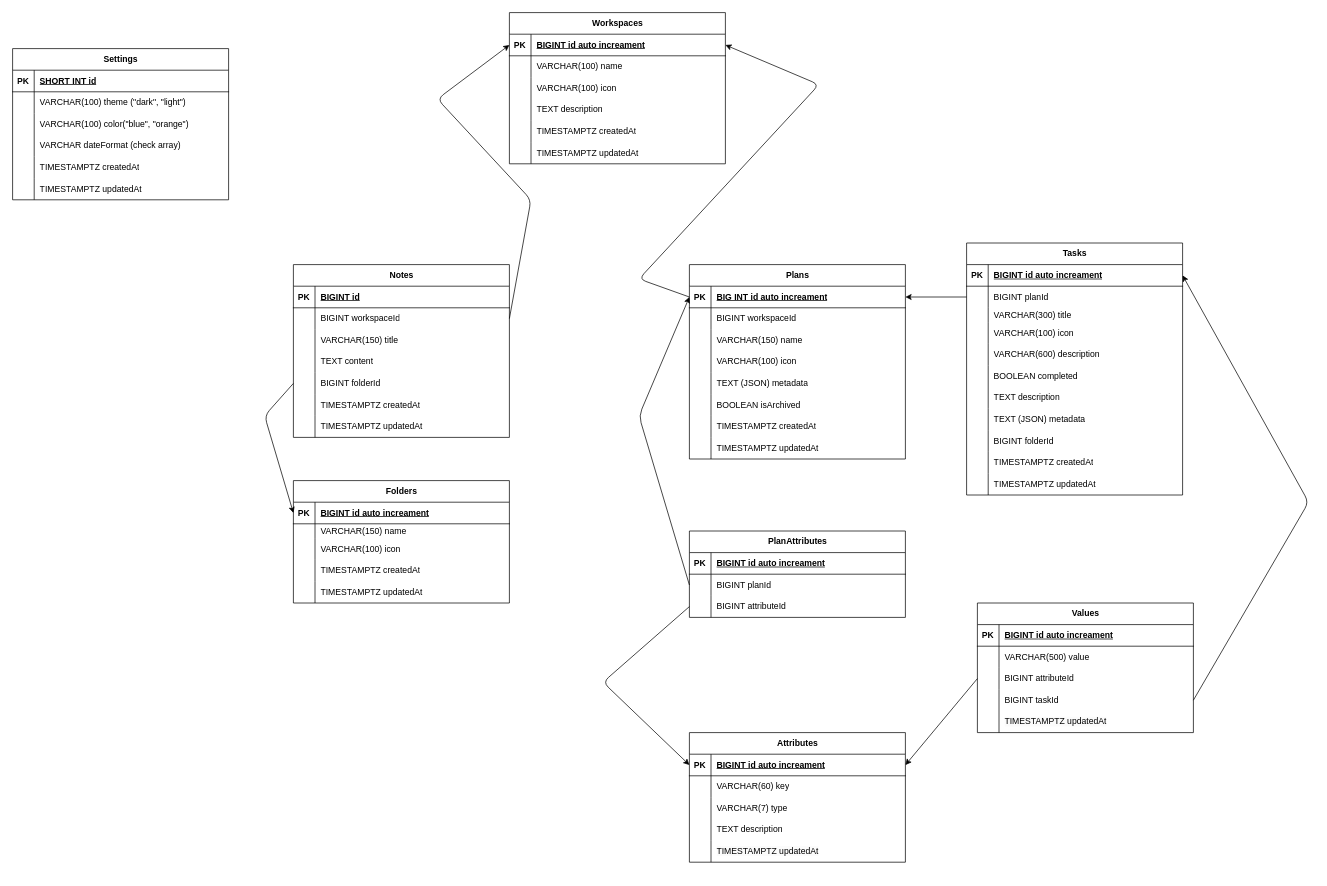
osama78assi/tornado-planner keeps this draw.io diagram as ERD.drawio. Above is the earlier version. Source tidied: cells renumbered, new cells numbered last; positions are measured from the earlier drawing's top-left corner, leaving out a move shared by most shapes. Both pictures are drawn from the tidied source at 72%, with x=0, y=0 at pixel (12, 12).
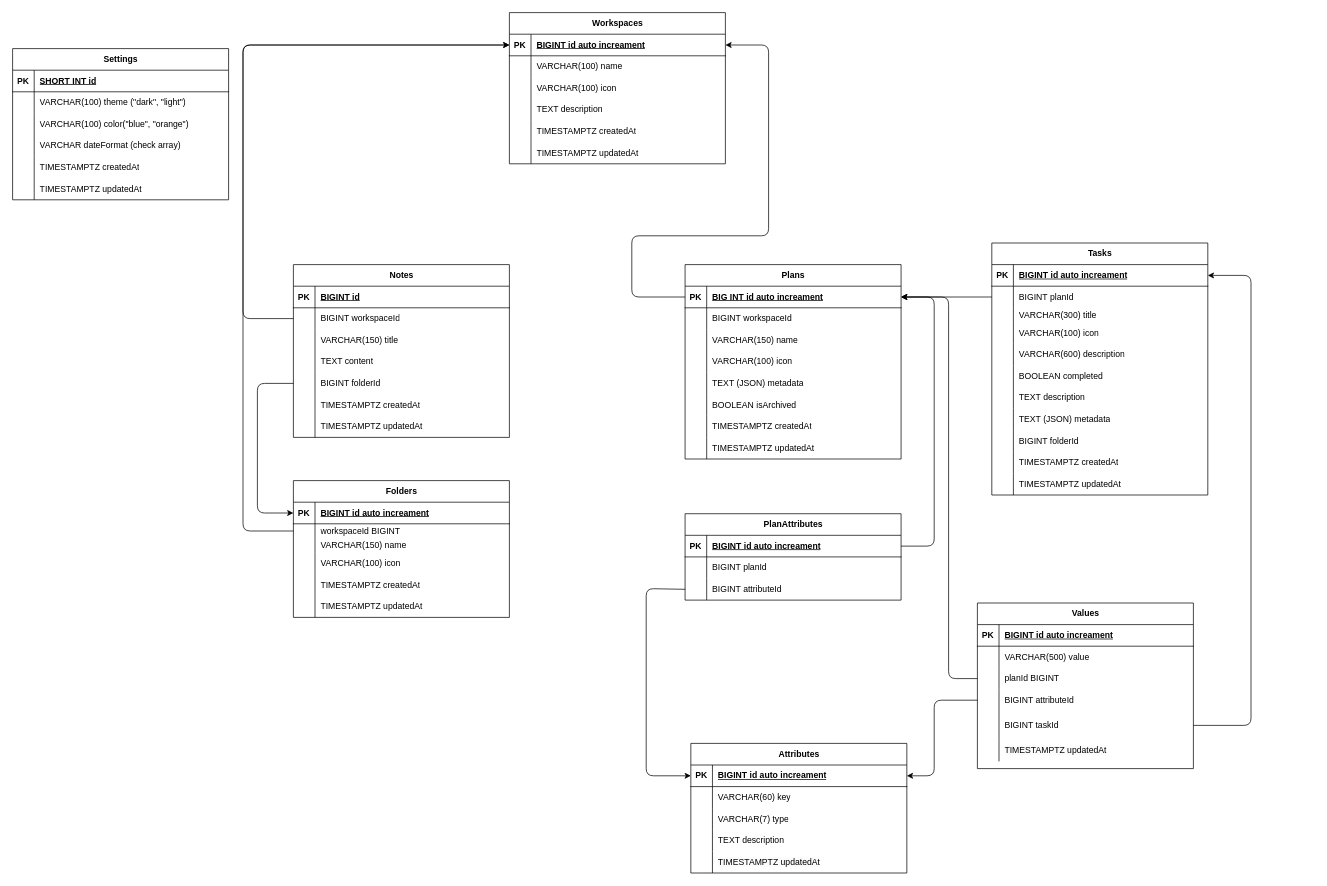
The same page after the edit.

Unchanged cells that the change refers to:
```xml
<mxCell id="3" style="shape=tableRow;horizontal=0;startSize=0;swimlaneHead=0;swimlaneBody=0;fillColor=none;points=[[0,0.5],[1,0.5]];portConstraint=eastwest;top=0;left=0;right=0;bottom=1;" parent="2" vertex="1">
  <mxGeometry y="30" width="300" height="30" as="geometry" />
</mxCell>
<mxCell id="28" style="shape=tableRow;horizontal=0;startSize=0;swimlaneHead=0;swimlaneBody=0;fillColor=none;points=[[0,0.5],[1,0.5]];portConstraint=eastwest;top=0;left=0;right=0;bottom=1;" parent="27" vertex="1">
  <mxGeometry y="30" width="300" height="30" as="geometry" />
</mxCell>
<mxCell id="62" style="shape=tableRow;horizontal=0;startSize=0;swimlaneHead=0;swimlaneBody=0;fillColor=none;points=[[0,0.5],[1,0.5]];portConstraint=eastwest;top=0;left=0;right=0;bottom=1;" parent="61" vertex="1">
  <mxGeometry y="30" width="300" height="30" as="geometry" />
</mxCell>
<mxCell id="84" style="shape=tableRow;horizontal=0;startSize=0;swimlaneHead=0;swimlaneBody=0;fillColor=none;points=[[0,0.5],[1,0.5]];portConstraint=eastwest;top=0;left=0;right=0;bottom=0;" parent="80" vertex="1">
  <mxGeometry y="60" width="300" height="30" as="geometry" />
</mxCell>
<mxCell id="93" style="shape=tableRow;horizontal=0;startSize=0;swimlaneHead=0;swimlaneBody=0;fillColor=none;points=[[0,0.5],[1,0.5]];portConstraint=eastwest;top=0;left=0;right=0;bottom=0;" parent="80" vertex="1">
  <mxGeometry y="150" width="300" height="30" as="geometry" />
</mxCell>
<mxCell id="124" style="shape=tableRow;horizontal=0;startSize=0;swimlaneHead=0;swimlaneBody=0;fillColor=none;points=[[0,0.5],[1,0.5]];portConstraint=eastwest;top=0;left=0;right=0;bottom=1;" parent="123" vertex="1">
  <mxGeometry y="30" width="300" height="30" as="geometry" />
</mxCell>
<mxCell id="140" style="shape=tableRow;horizontal=0;startSize=0;swimlaneHead=0;swimlaneBody=0;fillColor=none;points=[[0,0.5],[1,0.5]];portConstraint=eastwest;top=0;left=0;right=0;bottom=1;" parent="139" vertex="1">
  <mxGeometry y="30" width="300" height="30" as="geometry" />
</mxCell>
<mxCell id="175" style="shape=tableRow;horizontal=0;startSize=0;swimlaneHead=0;swimlaneBody=0;fillColor=none;points=[[0,0.5],[1,0.5]];portConstraint=eastwest;top=0;left=0;right=0;bottom=1;" parent="174" vertex="1">
  <mxGeometry y="30" width="300" height="30" as="geometry" />
</mxCell>
<mxCell id="178" style="shape=tableRow;horizontal=0;startSize=0;swimlaneHead=0;swimlaneBody=0;fillColor=none;points=[[0,0.5],[1,0.5]];portConstraint=eastwest;top=0;left=0;right=0;bottom=0;" parent="174" vertex="1">
  <mxGeometry y="60" width="300" height="30" as="geometry" />
</mxCell>
<mxCell id="181" style="shape=tableRow;horizontal=0;startSize=0;swimlaneHead=0;swimlaneBody=0;fillColor=none;points=[[0,0.5],[1,0.5]];portConstraint=eastwest;top=0;left=0;right=0;bottom=0;" parent="174" vertex="1">
  <mxGeometry y="90" width="300" height="30" as="geometry" />
</mxCell>
```

What changed in the source:
```diff
@@
     <mxCell id="2" value="Plans" style="shape=table;startSize=30;childLayout=tableLayout;rowLines=0;fontStyle=1;align=center;html=1;" parent="1" vertex="1">
-      <mxGeometry x="940" y="350" width="300" height="270" as="geometry" />
+      <mxGeometry x="934" y="350" width="300" height="270" as="geometry" />
     </mxCell>
@@
     <mxCell id="27" value="Tasks" style="shape=table;startSize=30;childLayout=tableLayout;rowLines=0;fontStyle=1;align=center;html=1;" parent="1" vertex="1">
-      <mxGeometry x="1325" y="320" width="300" height="350" as="geometry" />
+      <mxGeometry x="1360" y="320" width="300" height="350" as="geometry" />
     </mxCell>
@@
     <mxCell id="123" value="Folders" style="shape=table;startSize=30;childLayout=tableLayout;rowLines=0;fontStyle=1;align=center;html=1;" parent="1" vertex="1">
-      <mxGeometry x="390" y="650" width="300" height="170" as="geometry" />
+      <mxGeometry x="390" y="650" width="300" height="190" as="geometry" />
     </mxCell>
@@
+    <mxCell id="188" style="shape=tableRow;horizontal=0;startSize=0;swimlaneHead=0;swimlaneBody=0;fillColor=none;points=[[0,0.5],[1,0.5]];portConstraint=eastwest;top=0;left=0;right=0;bottom=0;" parent="123" vertex="1">
+      <mxGeometry y="60" width="300" height="20" as="geometry" />
+    </mxCell>
+    <mxCell id="189" style="shape=partialRectangle;fillColor=none;top=0;left=0;bottom=0;right=0;overflow=hidden;whiteSpace=wrap;html=1;" parent="188" vertex="1">
+      <mxGeometry width="30" height="20" as="geometry" />
+    </mxCell>
+    <mxCell id="190" value="workspaceId BIGINT" style="shape=partialRectangle;fillColor=none;top=0;left=0;bottom=0;right=0;align=left;spacingLeft=6;overflow=hidden;whiteSpace=wrap;html=1;" parent="188" vertex="1">
+      <mxGeometry x="30" width="270" height="20" as="geometry" />
+    </mxCell>
     <mxCell id="127" style="shape=tableRow;horizontal=0;startSize=0;swimlaneHead=0;swimlaneBody=0;fillColor=none;top=0;left=0;right=0;bottom=0;" parent="123" vertex="1">
-      <mxGeometry y="60" width="300" height="20" as="geometry" />
+      <mxGeometry y="80" width="300" height="20" as="geometry" />
     </mxCell>
@@
     <mxCell id="130" style="shape=tableRow;horizontal=0;startSize=0;swimlaneHead=0;swimlaneBody=0;fillColor=none;top=0;left=0;right=0;bottom=0;" parent="123" vertex="1">
-      <mxGeometry y="80" width="300" height="30" as="geometry" />
+      <mxGeometry y="100" width="300" height="30" as="geometry" />
     </mxCell>
@@
     <mxCell id="133" style="shape=tableRow;horizontal=0;startSize=0;swimlaneHead=0;swimlaneBody=0;fillColor=none;top=0;left=0;right=0;bottom=0;" parent="123" vertex="1">
-      <mxGeometry y="110" width="300" height="30" as="geometry" />
+      <mxGeometry y="130" width="300" height="30" as="geometry" />
     </mxCell>
@@
     <mxCell id="136" style="shape=tableRow;horizontal=0;startSize=0;swimlaneHead=0;swimlaneBody=0;fillColor=none;top=0;left=0;right=0;bottom=0;" parent="123" vertex="1">
-      <mxGeometry y="140" width="300" height="30" as="geometry" />
+      <mxGeometry y="160" width="300" height="30" as="geometry" />
     </mxCell>
@@
     <mxCell id="139" value="Attributes" style="shape=table;startSize=30;childLayout=tableLayout;rowLines=0;fontStyle=1;align=center;html=1;" parent="1" vertex="1">
-      <mxGeometry x="940" y="1000" width="300" height="180" as="geometry" />
+      <mxGeometry x="942" y="1015" width="300" height="180" as="geometry" />
     </mxCell>
@@
-    <mxCell id="155" style="edgeStyle=none;html=1;exitX=0;exitY=0.5;exitDx=0;exitDy=0;entryX=1;entryY=0.5;entryDx=0;entryDy=0;" parent="1" edge="1" source="3" target="62">
-      <mxGeometry relative="1" as="geometry">
-        <Array as="points">
-          <mxPoint x="870" y="370" />
-          <mxPoint x="1120" y="100" />
-        </Array>
-      </mxGeometry>
-    </mxCell>
-    <mxCell id="156" style="edgeStyle=none;html=1;exitX=1;exitY=0.5;exitDx=0;exitDy=0;entryX=0;entryY=0.5;entryDx=0;entryDy=0;" parent="1" edge="1" source="84" target="62">
-      <mxGeometry relative="1" as="geometry">
-        <Array as="points">
-          <mxPoint x="720" y="260" />
-          <mxPoint x="590" y="120" />
-        </Array>
-      </mxGeometry>
-    </mxCell>
     <mxCell id="157" style="edgeStyle=none;html=1;exitX=0;exitY=0.5;exitDx=0;exitDy=0;entryX=0;entryY=0.5;entryDx=0;entryDy=0;" parent="1" edge="1" source="93" target="124">
       <mxGeometry relative="1" as="geometry">
         <Array as="points">
-          <mxPoint x="350" y="560" />
+          <mxPoint x="340" y="515" />
+          <mxPoint x="340" y="695" />
         </Array>
       </mxGeometry>
     </mxCell>
     <mxCell id="158" value="Values" style="shape=table;startSize=30;childLayout=tableLayout;rowLines=0;fontStyle=1;align=center;html=1;" parent="1" vertex="1">
-      <mxGeometry x="1340" y="820" width="300" height="180" as="geometry" />
+      <mxGeometry x="1340" y="820" width="300" height="230" as="geometry" />
     </mxCell>
@@
+    <mxCell id="191" style="shape=tableRow;horizontal=0;startSize=0;swimlaneHead=0;swimlaneBody=0;fillColor=none;points=[[0,0.5],[1,0.5]];portConstraint=eastwest;top=0;left=0;right=0;bottom=0;" parent="158" vertex="1">
+      <mxGeometry y="90" width="300" height="30" as="geometry" />
+    </mxCell>
+    <mxCell id="192" style="shape=partialRectangle;fillColor=none;top=0;left=0;bottom=0;right=0;overflow=hidden;whiteSpace=wrap;html=1;" parent="191" vertex="1">
+      <mxGeometry width="30" height="30" as="geometry" />
+    </mxCell>
+    <mxCell id="193" value="planId BIGINT" style="shape=partialRectangle;fillColor=none;top=0;left=0;bottom=0;right=0;align=left;spacingLeft=6;overflow=hidden;whiteSpace=wrap;html=1;" parent="191" vertex="1">
+      <mxGeometry x="30" width="270" height="30" as="geometry" />
+    </mxCell>
     <mxCell id="165" style="shape=tableRow;horizontal=0;startSize=0;swimlaneHead=0;swimlaneBody=0;fillColor=none;points=[[0,0.5],[1,0.5]];portConstraint=eastwest;top=0;left=0;right=0;bottom=0;" parent="158" vertex="1">
-      <mxGeometry y="90" width="300" height="30" as="geometry" />
+      <mxGeometry y="120" width="300" height="30" as="geometry" />
     </mxCell>
@@
     <mxCell id="168" style="shape=tableRow;horizontal=0;startSize=0;swimlaneHead=0;swimlaneBody=0;fillColor=none;points=[[0,0.5],[1,0.5]];portConstraint=eastwest;top=0;left=0;right=0;bottom=0;" parent="158" vertex="1">
-      <mxGeometry y="120" width="300" height="30" as="geometry" />
+      <mxGeometry y="150" width="300" height="40" as="geometry" />
     </mxCell>
     <mxCell id="169" style="shape=partialRectangle;fillColor=none;top=0;left=0;bottom=0;right=0;overflow=hidden;whiteSpace=wrap;html=1;" parent="168" vertex="1">
-      <mxGeometry width="30" height="30" as="geometry" />
+      <mxGeometry width="30" height="40" as="geometry" />
     </mxCell>
     <mxCell id="170" value="BIGINT taskId" style="shape=partialRectangle;fillColor=none;top=0;left=0;bottom=0;right=0;align=left;spacingLeft=6;overflow=hidden;whiteSpace=wrap;html=1;" parent="168" vertex="1">
-      <mxGeometry x="30" width="270" height="30" as="geometry" />
+      <mxGeometry x="30" width="270" height="40" as="geometry" />
     </mxCell>
     <mxCell id="171" style="shape=tableRow;horizontal=0;startSize=0;swimlaneHead=0;swimlaneBody=0;fillColor=none;top=0;left=0;right=0;bottom=0;" parent="158" vertex="1">
-      <mxGeometry y="150" width="300" height="30" as="geometry" />
+      <mxGeometry y="190" width="300" height="30" as="geometry" />
     </mxCell>
@@
     <mxCell id="174" value="PlanAttributes" style="shape=table;startSize=30;childLayout=tableLayout;rowLines=0;fontStyle=1;align=center;html=1;" parent="1" vertex="1">
-      <mxGeometry x="940" y="720" width="300" height="120" as="geometry" />
+      <mxGeometry x="934" y="696" width="300" height="120" as="geometry" />
     </mxCell>
@@
-    <mxCell id="184" style="edgeStyle=none;html=1;exitX=0;exitY=0.5;exitDx=0;exitDy=0;entryX=0;entryY=0.5;entryDx=0;entryDy=0;" parent="1" edge="1" source="178" target="3">
-      <mxGeometry relative="1" as="geometry">
-        <Array as="points">
-          <mxPoint x="870" y="560" />
-        </Array>
-      </mxGeometry>
-    </mxCell>
     <mxCell id="185" style="edgeStyle=none;html=1;exitX=0;exitY=0.5;exitDx=0;exitDy=0;entryX=0;entryY=0.5;entryDx=0;entryDy=0;" parent="1" edge="1" source="181" target="140">
       <mxGeometry relative="1" as="geometry">
         <Array as="points">
-          <mxPoint x="820" y="930" />
+          <mxPoint x="880" y="800" />
+          <mxPoint x="880" y="1060" />
         </Array>
       </mxGeometry>
     </mxCell>
     <mxCell id="186" style="edgeStyle=none;html=1;exitX=1;exitY=0.5;exitDx=0;exitDy=0;entryX=1;entryY=0.5;entryDx=0;entryDy=0;" parent="1" edge="1" source="168" target="28">
       <mxGeometry relative="1" as="geometry">
         <Array as="points">
-          <mxPoint x="1800" y="680" />
+          <mxPoint x="1720" y="990" />
+          <mxPoint x="1720" y="365" />
         </Array>
       </mxGeometry>
     </mxCell>
     <mxCell id="187" style="edgeStyle=none;html=1;exitX=0;exitY=0.5;exitDx=0;exitDy=0;entryX=1;entryY=0.5;entryDx=0;entryDy=0;" parent="1" edge="1" source="165" target="140">
-      <mxGeometry relative="1" as="geometry" />
+      <mxGeometry relative="1" as="geometry">
+        <Array as="points">
+          <mxPoint x="1280" y="955" />
+          <mxPoint x="1280" y="1060" />
+        </Array>
+      </mxGeometry>
     </mxCell>
+    <mxCell id="194" style="edgeStyle=none;html=1;exitX=0;exitY=0.5;exitDx=0;exitDy=0;entryX=1;entryY=0.5;entryDx=0;entryDy=0;" parent="1" edge="1" source="191" target="3">
+      <mxGeometry relative="1" as="geometry">
+        <Array as="points">
+          <mxPoint x="1300" y="925" />
+          <mxPoint x="1300" y="395" />
+        </Array>
+      </mxGeometry>
+    </mxCell>
+    <mxCell id="195" style="edgeStyle=none;html=1;exitX=0;exitY=0.5;exitDx=0;exitDy=0;entryX=0;entryY=0.5;entryDx=0;entryDy=0;" parent="1" edge="1" source="188" target="62">
+      <mxGeometry relative="1" as="geometry">
+        <Array as="points">
+          <mxPoint x="320" y="720" />
+          <mxPoint x="320" y="320" />
+          <mxPoint x="320" y="45" />
+        </Array>
+      </mxGeometry>
+    </mxCell>
+    <mxCell id="156" style="edgeStyle=none;html=1;exitX=0;exitY=0.5;exitDx=0;exitDy=0;entryX=0;entryY=0.5;entryDx=0;entryDy=0;" parent="1" edge="1" source="84" target="62">
+      <mxGeometry relative="1" as="geometry">
+        <Array as="points">
+          <mxPoint x="320" y="425" />
+          <mxPoint x="320" y="45" />
+        </Array>
+      </mxGeometry>
+    </mxCell>
+    <mxCell id="155" style="edgeStyle=none;html=1;exitX=0;exitY=0.5;exitDx=0;exitDy=0;entryX=1;entryY=0.5;entryDx=0;entryDy=0;" parent="1" edge="1" source="3" target="62">
+      <mxGeometry relative="1" as="geometry">
+        <Array as="points">
+          <mxPoint x="860" y="395" />
+          <mxPoint x="860" y="310" />
+          <mxPoint x="1050" y="310" />
+          <mxPoint x="1050" y="45" />
+        </Array>
+      </mxGeometry>
+    </mxCell>
+    <mxCell id="196" style="edgeStyle=none;html=1;exitX=1;exitY=0.5;exitDx=0;exitDy=0;entryX=1;entryY=0.5;entryDx=0;entryDy=0;" parent="1" edge="1" source="175" target="3">
+      <mxGeometry relative="1" as="geometry">
+        <Array as="points">
+          <mxPoint x="1280" y="741" />
+          <mxPoint x="1280" y="395" />
+        </Array>
+      </mxGeometry>
+    </mxCell>
```
